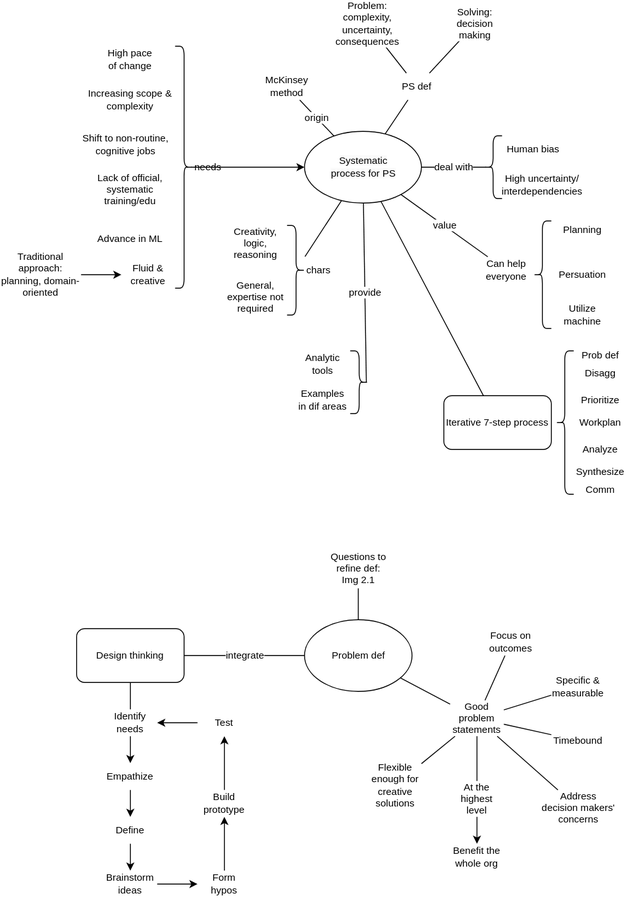
This is practical/resources/bulletproof-problem-solving.drawio.svg from hungcq/knowledge-repo, a draw.io export, as it was before one commit. Source tidied: cells renumbered, new cells last; positions are measured from the earlier drawing's top-left corner, leaving out a move shared by most shapes.
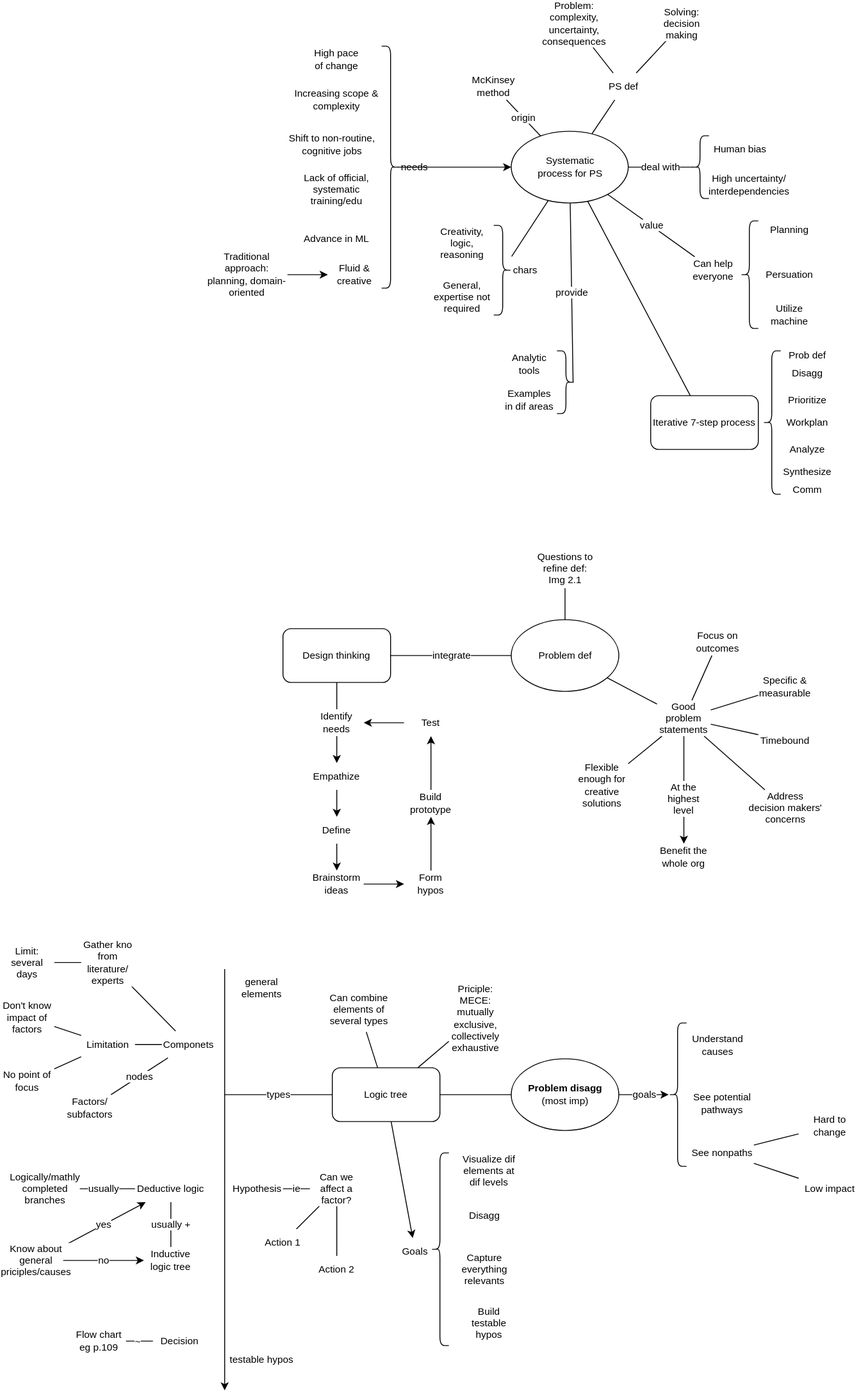
The same file after the commit.

The edit, as a diff of the source:
```diff
@@ -251,5 +251,191 @@
     <mxCell id="84" value="Benefit the whole org" style="text;html=1;align=center;verticalAlign=middle;whiteSpace=wrap;rounded=0;fontFamily=Helvetica;fontSize=11;fontColor=default;labelBackgroundColor=default;" parent="1" vertex="1">
       <mxGeometry x="502" y="940" width="60" height="30" as="geometry" />
     </mxCell>
+    <mxCell id="85" value="goals" style="edgeStyle=none;rounded=0;jettySize=auto;html=1;strokeColor=default;align=center;verticalAlign=middle;fontFamily=Helvetica;fontSize=11;fontColor=default;labelBackgroundColor=default;endArrow=classic;endFill=1;" parent="1" edge="1" source="87" target="95">
+      <mxGeometry relative="1" as="geometry" />
+    </mxCell>
+    <mxCell id="86" style="edgeStyle=none;rounded=0;jettySize=auto;html=1;strokeColor=default;align=center;verticalAlign=middle;fontFamily=Helvetica;fontSize=11;fontColor=default;labelBackgroundColor=default;endArrow=none;endFill=0;" parent="1" edge="1" source="87" target="100">
+      <mxGeometry relative="1" as="geometry" />
+    </mxCell>
+    <mxCell id="87" value="&lt;b&gt;Problem disagg&lt;/b&gt;&lt;br&gt;(most imp)" style="ellipse;whiteSpace=wrap;html=1;fontSize=11;" parent="1" vertex="1">
+      <mxGeometry x="339.5" y="1180" width="120" height="80" as="geometry" />
+    </mxCell>
+    <mxCell id="88" value="Understand causes" style="text;html=1;align=center;verticalAlign=middle;whiteSpace=wrap;rounded=0;fontSize=11;" parent="1" vertex="1">
+      <mxGeometry x="540" y="1150" width="60" height="30" as="geometry" />
+    </mxCell>
+    <mxCell id="89" value="See potential pathways" style="text;html=1;align=center;verticalAlign=middle;whiteSpace=wrap;rounded=0;fontSize=11;" parent="1" vertex="1">
+      <mxGeometry x="540" y="1210" width="70" height="40" as="geometry" />
+    </mxCell>
+    <mxCell id="90" style="rounded=0;jettySize=auto;html=1;endArrow=none;endFill=0;" parent="1" edge="1" source="92" target="93">
+      <mxGeometry relative="1" as="geometry" />
+    </mxCell>
+    <mxCell id="91" style="edgeStyle=none;rounded=0;jettySize=auto;html=1;strokeColor=default;align=center;verticalAlign=middle;fontFamily=Helvetica;fontSize=11;fontColor=default;labelBackgroundColor=default;endArrow=none;endFill=0;" parent="1" edge="1" source="92" target="94">
+      <mxGeometry relative="1" as="geometry" />
+    </mxCell>
+    <mxCell id="92" value="See nonpaths" style="text;html=1;align=center;verticalAlign=middle;whiteSpace=wrap;rounded=0;fontSize=11;" parent="1" vertex="1">
+      <mxGeometry x="540" y="1270" width="70" height="30" as="geometry" />
+    </mxCell>
+    <mxCell id="93" value="Hard to change" style="text;html=1;align=center;verticalAlign=middle;whiteSpace=wrap;rounded=0;fontSize=11;" parent="1" vertex="1">
+      <mxGeometry x="660" y="1240" width="70" height="30" as="geometry" />
+    </mxCell>
+    <mxCell id="94" value="Low impact" style="text;html=1;align=center;verticalAlign=middle;whiteSpace=wrap;rounded=0;fontSize=11;" parent="1" vertex="1">
+      <mxGeometry x="660" y="1310" width="70" height="30" as="geometry" />
+    </mxCell>
+    <mxCell id="95" style="shape=curlyBracket;whiteSpace=wrap;html=1;rounded=1;labelPosition=left;verticalLabelPosition=middle;align=right;verticalAlign=middle;fontFamily=Helvetica;fontSize=11;fontColor=default;labelBackgroundColor=default;" parent="1" vertex="1">
+      <mxGeometry x="515" y="1140" width="20" height="160" as="geometry" />
+    </mxCell>
+    <mxCell id="96" value="types" style="edgeStyle=none;rounded=0;jettySize=auto;html=1;strokeColor=default;align=center;verticalAlign=middle;fontFamily=Helvetica;fontSize=11;fontColor=default;labelBackgroundColor=default;endArrow=none;endFill=0;" parent="1" edge="1" source="100">
+      <mxGeometry relative="1" as="geometry">
+        <mxPoint x="20" y="1220" as="targetPoint" />
+      </mxGeometry>
+    </mxCell>
+    <mxCell id="97" style="edgeStyle=none;rounded=0;jettySize=auto;html=1;strokeColor=default;align=center;verticalAlign=middle;fontFamily=Helvetica;fontSize=11;fontColor=default;labelBackgroundColor=default;endArrow=none;endFill=0;" parent="1" edge="1" source="100" target="112">
+      <mxGeometry relative="1" as="geometry" />
+    </mxCell>
+    <mxCell id="98" style="edgeStyle=none;rounded=0;jettySize=auto;html=1;strokeColor=default;align=center;verticalAlign=middle;fontFamily=Helvetica;fontSize=11;fontColor=default;labelBackgroundColor=default;endArrow=none;endFill=0;" parent="1" edge="1" source="100" target="134">
+      <mxGeometry relative="1" as="geometry" />
+    </mxCell>
+    <mxCell id="99" style="edgeStyle=none;rounded=0;jettySize=auto;html=1;strokeColor=default;align=center;verticalAlign=middle;fontFamily=Helvetica;fontSize=11;fontColor=default;labelBackgroundColor=default;endArrow=classic;endFill=1;" parent="1" edge="1" source="100" target="139">
+      <mxGeometry relative="1" as="geometry" />
+    </mxCell>
+    <mxCell id="100" value="Logic tree" style="rounded=1;whiteSpace=wrap;html=1;fontFamily=Helvetica;fontSize=11;fontColor=default;labelBackgroundColor=default;" parent="1" vertex="1">
+      <mxGeometry x="140" y="1190" width="120" height="60" as="geometry" />
+    </mxCell>
+    <mxCell id="101" value="&lt;span style=&quot;text-wrap: nowrap;&quot;&gt;Visualize d&lt;/span&gt;if elements at dif levels" style="text;html=1;align=center;verticalAlign=middle;whiteSpace=wrap;rounded=0;fontFamily=Helvetica;fontSize=11;fontColor=default;labelBackgroundColor=default;" parent="1" vertex="1">
+      <mxGeometry x="285" y="1290" width="60" height="30" as="geometry" />
+    </mxCell>
+    <mxCell id="102" style="endArrow=classic;html=1;rounded=0;strokeColor=default;align=center;verticalAlign=middle;fontFamily=Helvetica;fontSize=11;fontColor=default;labelBackgroundColor=default;" parent="1" edge="1">
+      <mxGeometry relative="1" as="geometry">
+        <mxPoint x="20" y="1080" as="sourcePoint" />
+        <mxPoint x="20" y="1550" as="targetPoint" />
+      </mxGeometry>
+    </mxCell>
+    <mxCell id="103" value="general&lt;br&gt;elements" style="edgeLabel;html=1;align=center;verticalAlign=middle;fontFamily=Helvetica;fontSize=11;fontColor=default;labelBackgroundColor=default;" parent="102" vertex="1">
+      <mxGeometry x="-0.87" y="-1" relative="1" as="geometry">
+        <mxPoint x="41" y="-11" as="offset" />
+      </mxGeometry>
+    </mxCell>
+    <mxCell id="104" value="testable hypos" style="edgeLabel;html=1;align=center;verticalAlign=middle;fontFamily=Helvetica;fontSize=11;fontColor=default;labelBackgroundColor=default;" parent="102" vertex="1">
+      <mxGeometry x="0.81" relative="1" as="geometry">
+        <mxPoint x="40" y="10" as="offset" />
+      </mxGeometry>
+    </mxCell>
+    <mxCell id="105" style="edgeStyle=none;rounded=0;jettySize=auto;html=1;strokeColor=default;align=center;verticalAlign=middle;fontFamily=Helvetica;fontSize=11;fontColor=default;labelBackgroundColor=default;endArrow=none;endFill=0;" parent="1" edge="1" source="108" target="110">
+      <mxGeometry relative="1" as="geometry" />
+    </mxCell>
+    <mxCell id="106" style="edgeStyle=none;rounded=0;jettySize=auto;html=1;strokeColor=default;align=center;verticalAlign=middle;fontFamily=Helvetica;fontSize=11;fontColor=default;labelBackgroundColor=default;endArrow=none;endFill=0;" parent="1" edge="1" source="108" target="115">
+      <mxGeometry relative="1" as="geometry" />
+    </mxCell>
+    <mxCell id="107" value="nodes" style="edgeStyle=none;rounded=0;jettySize=auto;html=1;strokeColor=default;align=center;verticalAlign=middle;fontFamily=Helvetica;fontSize=11;fontColor=default;labelBackgroundColor=default;endArrow=none;endFill=0;" parent="1" edge="1" source="108" target="123">
+      <mxGeometry relative="1" as="geometry" />
+    </mxCell>
+    <mxCell id="108" value="Componets" style="text;html=1;align=center;verticalAlign=middle;whiteSpace=wrap;rounded=0;fontFamily=Helvetica;fontSize=11;fontColor=default;labelBackgroundColor=default;" parent="1" vertex="1">
+      <mxGeometry x="-50" y="1149" width="60" height="30" as="geometry" />
+    </mxCell>
+    <mxCell id="109" style="edgeStyle=none;rounded=0;jettySize=auto;html=1;strokeColor=default;align=center;verticalAlign=middle;fontFamily=Helvetica;fontSize=11;fontColor=default;labelBackgroundColor=default;endArrow=none;endFill=0;" parent="1" edge="1" source="110" target="111">
+      <mxGeometry relative="1" as="geometry" />
+    </mxCell>
+    <mxCell id="110" value="Gather kno from literature/&lt;br&gt;experts" style="text;html=1;align=center;verticalAlign=middle;whiteSpace=wrap;rounded=0;fontFamily=Helvetica;fontSize=11;fontColor=default;labelBackgroundColor=default;" parent="1" vertex="1">
+      <mxGeometry x="-140" y="1050" width="60" height="45" as="geometry" />
+    </mxCell>
+    <mxCell id="111" value="Limit: several days" style="text;html=1;align=center;verticalAlign=middle;whiteSpace=wrap;rounded=0;fontFamily=Helvetica;fontSize=11;fontColor=default;labelBackgroundColor=default;" parent="1" vertex="1">
+      <mxGeometry x="-230" y="1052.5" width="60" height="40" as="geometry" />
+    </mxCell>
+    <mxCell id="112" value="Priciple: MECE: mutually exclusive, collectively exhaustive" style="text;html=1;align=center;verticalAlign=middle;whiteSpace=wrap;rounded=0;fontFamily=Helvetica;fontSize=11;fontColor=default;labelBackgroundColor=default;" parent="1" vertex="1">
+      <mxGeometry x="270" y="1095" width="60" height="80" as="geometry" />
+    </mxCell>
+    <mxCell id="113" style="edgeStyle=none;rounded=0;jettySize=auto;html=1;strokeColor=default;align=center;verticalAlign=middle;fontFamily=Helvetica;fontSize=11;fontColor=default;labelBackgroundColor=default;endArrow=none;endFill=0;" parent="1" edge="1" source="115" target="116">
+      <mxGeometry relative="1" as="geometry" />
+    </mxCell>
+    <mxCell id="114" style="edgeStyle=none;rounded=0;jettySize=auto;html=1;strokeColor=default;align=center;verticalAlign=middle;fontFamily=Helvetica;fontSize=11;fontColor=default;labelBackgroundColor=default;endArrow=none;endFill=0;" parent="1" edge="1" source="115" target="117">
+      <mxGeometry relative="1" as="geometry" />
+    </mxCell>
+    <mxCell id="115" value="Limitation" style="text;html=1;align=center;verticalAlign=middle;whiteSpace=wrap;rounded=0;fontFamily=Helvetica;fontSize=11;fontColor=default;labelBackgroundColor=default;" parent="1" vertex="1">
+      <mxGeometry x="-140" y="1149" width="60" height="30" as="geometry" />
+    </mxCell>
+    <mxCell id="116" value="Don't know impact of factors" style="text;html=1;align=center;verticalAlign=middle;whiteSpace=wrap;rounded=0;fontFamily=Helvetica;fontSize=11;fontColor=default;labelBackgroundColor=default;" parent="1" vertex="1">
+      <mxGeometry x="-230" y="1119" width="60" height="30" as="geometry" />
+    </mxCell>
+    <mxCell id="117" value="No point of focus" style="text;html=1;align=center;verticalAlign=middle;whiteSpace=wrap;rounded=0;fontFamily=Helvetica;fontSize=11;fontColor=default;labelBackgroundColor=default;" parent="1" vertex="1">
+      <mxGeometry x="-230" y="1190" width="60" height="30" as="geometry" />
+    </mxCell>
+    <mxCell id="118" value="ie" style="edgeStyle=none;rounded=0;jettySize=auto;html=1;strokeColor=default;align=center;verticalAlign=middle;fontFamily=Helvetica;fontSize=11;fontColor=default;labelBackgroundColor=default;endArrow=none;endFill=0;" parent="1" edge="1" source="119" target="122">
+      <mxGeometry relative="1" as="geometry" />
+    </mxCell>
+    <mxCell id="119" value="&amp;nbsp;Hypothesis" style="text;html=1;align=center;verticalAlign=middle;whiteSpace=wrap;rounded=0;fontFamily=Helvetica;fontSize=11;fontColor=default;labelBackgroundColor=default;" parent="1" vertex="1">
+      <mxGeometry x="25" y="1310" width="60" height="30" as="geometry" />
+    </mxCell>
+    <mxCell id="120" style="edgeStyle=none;rounded=0;jettySize=auto;html=1;strokeColor=default;align=center;verticalAlign=middle;fontFamily=Helvetica;fontSize=11;fontColor=default;labelBackgroundColor=default;endArrow=none;endFill=0;" parent="1" edge="1" source="122" target="124">
+      <mxGeometry relative="1" as="geometry" />
+    </mxCell>
+    <mxCell id="121" style="edgeStyle=none;rounded=0;jettySize=auto;html=1;strokeColor=default;align=center;verticalAlign=middle;fontFamily=Helvetica;fontSize=11;fontColor=default;labelBackgroundColor=default;endArrow=none;endFill=0;" parent="1" edge="1" source="122" target="125">
+      <mxGeometry relative="1" as="geometry" />
+    </mxCell>
+    <mxCell id="122" value="Can we affect a factor?" style="text;html=1;align=center;verticalAlign=middle;whiteSpace=wrap;rounded=0;fontFamily=Helvetica;fontSize=11;fontColor=default;labelBackgroundColor=default;" parent="1" vertex="1">
+      <mxGeometry x="115" y="1310" width="60" height="30" as="geometry" />
+    </mxCell>
+    <mxCell id="123" value="Factors/&lt;br&gt;subfactors" style="text;html=1;align=center;verticalAlign=middle;whiteSpace=wrap;rounded=0;fontFamily=Helvetica;fontSize=11;fontColor=default;labelBackgroundColor=default;" parent="1" vertex="1">
+      <mxGeometry x="-160" y="1220" width="60" height="30" as="geometry" />
+    </mxCell>
+    <mxCell id="124" value="Action 1" style="text;html=1;align=center;verticalAlign=middle;whiteSpace=wrap;rounded=0;fontFamily=Helvetica;fontSize=11;fontColor=default;labelBackgroundColor=default;" parent="1" vertex="1">
+      <mxGeometry x="55" y="1370" width="60" height="30" as="geometry" />
+    </mxCell>
+    <mxCell id="125" value="Action 2" style="text;html=1;align=center;verticalAlign=middle;whiteSpace=wrap;rounded=0;fontFamily=Helvetica;fontSize=11;fontColor=default;labelBackgroundColor=default;" parent="1" vertex="1">
+      <mxGeometry x="115" y="1400" width="60" height="30" as="geometry" />
+    </mxCell>
+    <mxCell id="126" style="edgeStyle=none;rounded=0;jettySize=auto;html=1;strokeColor=default;align=center;verticalAlign=middle;fontFamily=Helvetica;fontSize=11;fontColor=default;labelBackgroundColor=default;endArrow=none;endFill=0;" parent="1" edge="1" source="128" target="129">
+      <mxGeometry relative="1" as="geometry" />
+    </mxCell>
+    <mxCell id="127" value="~" style="edgeLabel;html=1;align=center;verticalAlign=middle;fontFamily=Helvetica;fontSize=11;fontColor=default;labelBackgroundColor=default;" parent="126" vertex="1">
+      <mxGeometry x="0.2" relative="1" as="geometry" />
+    </mxCell>
+    <mxCell id="128" value="Decision" style="text;html=1;align=center;verticalAlign=middle;whiteSpace=wrap;rounded=0;fontFamily=Helvetica;fontSize=11;fontColor=default;labelBackgroundColor=default;" parent="1" vertex="1">
+      <mxGeometry x="-60" y="1480" width="60" height="30" as="geometry" />
+    </mxCell>
+    <mxCell id="129" value="Flow chart&lt;br&gt;eg p.109" style="text;html=1;align=center;verticalAlign=middle;whiteSpace=wrap;rounded=0;fontFamily=Helvetica;fontSize=11;fontColor=default;labelBackgroundColor=default;" parent="1" vertex="1">
+      <mxGeometry x="-150" y="1480" width="60" height="30" as="geometry" />
+    </mxCell>
+    <mxCell id="130" value="usually" style="edgeStyle=none;rounded=0;jettySize=auto;html=1;strokeColor=default;align=center;verticalAlign=middle;fontFamily=Helvetica;fontSize=11;fontColor=default;labelBackgroundColor=default;endArrow=none;endFill=0;" parent="1" edge="1" source="132" target="133">
+      <mxGeometry relative="1" as="geometry" />
+    </mxCell>
+    <mxCell id="131" value="usually +" style="edgeStyle=none;rounded=0;jettySize=auto;html=1;strokeColor=default;align=center;verticalAlign=middle;fontFamily=Helvetica;fontSize=11;fontColor=default;labelBackgroundColor=default;endArrow=none;endFill=0;" parent="1" edge="1" source="132" target="138">
+      <mxGeometry relative="1" as="geometry" />
+    </mxCell>
+    <mxCell id="132" value="Deductive logic" style="text;html=1;align=center;verticalAlign=middle;whiteSpace=wrap;rounded=0;fontFamily=Helvetica;fontSize=11;fontColor=default;labelBackgroundColor=default;" parent="1" vertex="1">
+      <mxGeometry x="-80" y="1310" width="80" height="30" as="geometry" />
+    </mxCell>
+    <mxCell id="133" value="Logically/mathly completed branches" style="text;html=1;align=center;verticalAlign=middle;whiteSpace=wrap;rounded=0;fontFamily=Helvetica;fontSize=11;fontColor=default;labelBackgroundColor=default;" parent="1" vertex="1">
+      <mxGeometry x="-210" y="1310" width="60" height="30" as="geometry" />
+    </mxCell>
+    <mxCell id="134" value="Can combine elements of several types" style="text;html=1;align=center;verticalAlign=middle;whiteSpace=wrap;rounded=0;fontFamily=Helvetica;fontSize=11;fontColor=default;labelBackgroundColor=default;" parent="1" vertex="1">
+      <mxGeometry x="130" y="1100" width="80" height="50" as="geometry" />
+    </mxCell>
+    <mxCell id="135" value="yes" style="edgeStyle=none;rounded=0;jettySize=auto;html=1;strokeColor=default;align=center;verticalAlign=middle;fontFamily=Helvetica;fontSize=11;fontColor=default;labelBackgroundColor=default;endArrow=classic;endFill=1;" parent="1" edge="1" source="136" target="132">
+      <mxGeometry relative="1" as="geometry" />
+    </mxCell>
+    <mxCell id="136" value="Know about general priciples/causes" style="text;html=1;align=center;verticalAlign=middle;whiteSpace=wrap;rounded=0;fontFamily=Helvetica;fontSize=11;fontColor=default;labelBackgroundColor=default;" parent="1" vertex="1">
+      <mxGeometry x="-220" y="1390" width="60" height="30" as="geometry" />
+    </mxCell>
+    <mxCell id="137" value="no" style="edgeStyle=none;rounded=0;jettySize=auto;html=1;strokeColor=default;align=center;verticalAlign=middle;fontFamily=Helvetica;fontSize=11;fontColor=default;labelBackgroundColor=default;endArrow=none;endFill=0;startArrow=classic;startFill=1;" parent="1" edge="1" source="138" target="136">
+      <mxGeometry relative="1" as="geometry" />
+    </mxCell>
+    <mxCell id="138" value="Inductive logic tree" style="text;html=1;align=center;verticalAlign=middle;whiteSpace=wrap;rounded=0;fontFamily=Helvetica;fontSize=11;fontColor=default;labelBackgroundColor=default;" parent="1" vertex="1">
+      <mxGeometry x="-70" y="1390" width="60" height="30" as="geometry" />
+    </mxCell>
+    <mxCell id="139" value="Goals" style="text;html=1;align=center;verticalAlign=middle;whiteSpace=wrap;rounded=0;fontFamily=Helvetica;fontSize=11;fontColor=default;labelBackgroundColor=default;" parent="1" vertex="1">
+      <mxGeometry x="210" y="1380" width="45" height="30" as="geometry" />
+    </mxCell>
+    <mxCell id="140" value="Disagg" style="text;html=1;align=center;verticalAlign=middle;whiteSpace=wrap;rounded=0;fontFamily=Helvetica;fontSize=11;fontColor=default;labelBackgroundColor=default;" parent="1" vertex="1">
+      <mxGeometry x="285" y="1340" width="50" height="30" as="geometry" />
+    </mxCell>
+    <mxCell id="141" value="Capture everything relevants" style="text;html=1;align=center;verticalAlign=middle;whiteSpace=wrap;rounded=0;fontFamily=Helvetica;fontSize=11;fontColor=default;labelBackgroundColor=default;" parent="1" vertex="1">
+      <mxGeometry x="280" y="1400" width="60" height="30" as="geometry" />
+    </mxCell>
+    <mxCell id="142" value="Build testable hypos" style="text;html=1;align=center;verticalAlign=middle;whiteSpace=wrap;rounded=0;fontFamily=Helvetica;fontSize=11;fontColor=default;labelBackgroundColor=default;" parent="1" vertex="1">
+      <mxGeometry x="285" y="1460" width="60" height="30" as="geometry" />
+    </mxCell>
+    <mxCell id="143" style="shape=curlyBracket;whiteSpace=wrap;html=1;rounded=1;labelPosition=left;verticalLabelPosition=middle;align=right;verticalAlign=middle;fontFamily=Helvetica;fontSize=11;fontColor=default;labelBackgroundColor=default;" parent="1" vertex="1">
+      <mxGeometry x="250" y="1285" width="20" height="215" as="geometry" />
+    </mxCell>
   </root>
 </mxGraphModel>
```
